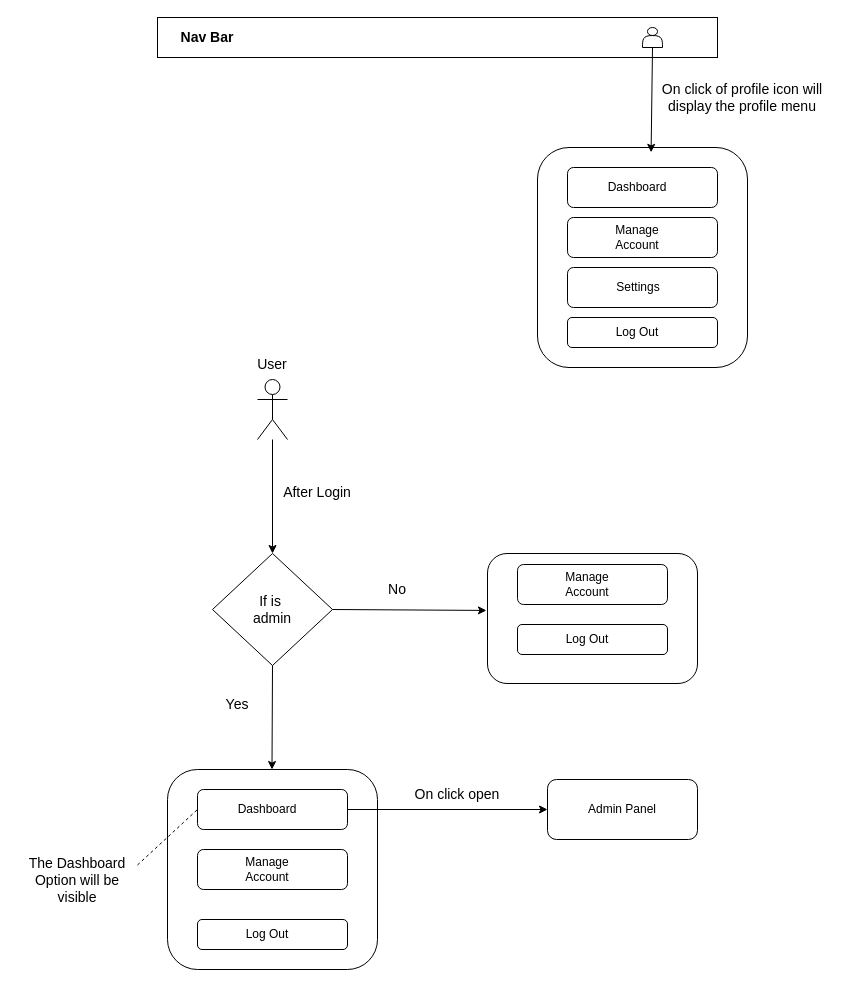
Earlier version of the draw.io diagram page "access admin dashbord" (2 of 2) of application flow diagrames.drawio (Kuldeeptech0/document-hub-). Source tidied: cells renumbered, new cells numbered last; positions are measured from the earlier drawing's top-left corner, leaving out a move shared by most shapes. Both pictures are drawn from the tidied source at 100%, with x=0, y=0 at pixel (17, 17).
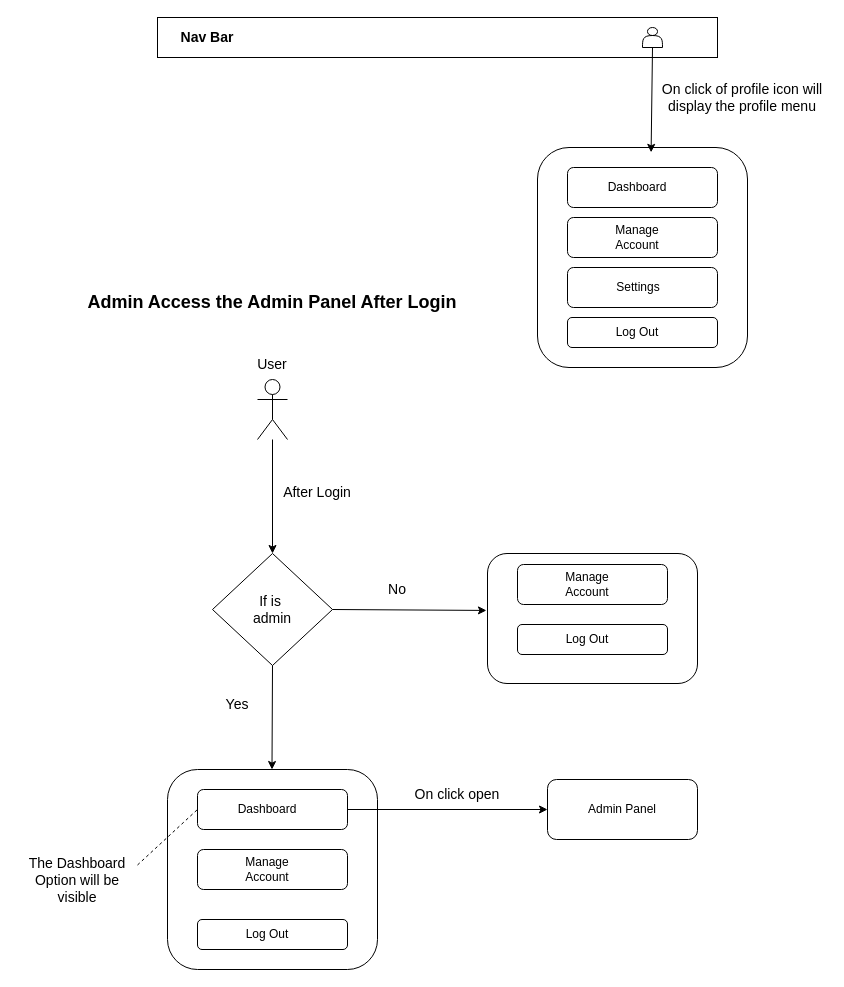
The same diagram, later.

Commit message:
-- Update: add the flow name in the diagram page

The edit, as a diff of the source:
```diff
@@
+    <mxCell id="42" value="Admin Access the Admin Panel After Login" style="text;html=1;align=center;verticalAlign=middle;whiteSpace=wrap;rounded=0;fontStyle=1;fontSize=18;" parent="1" vertex="1">
+      <mxGeometry x="55" y="270" width="400" height="30" as="geometry" />
+    </mxCell>
```
